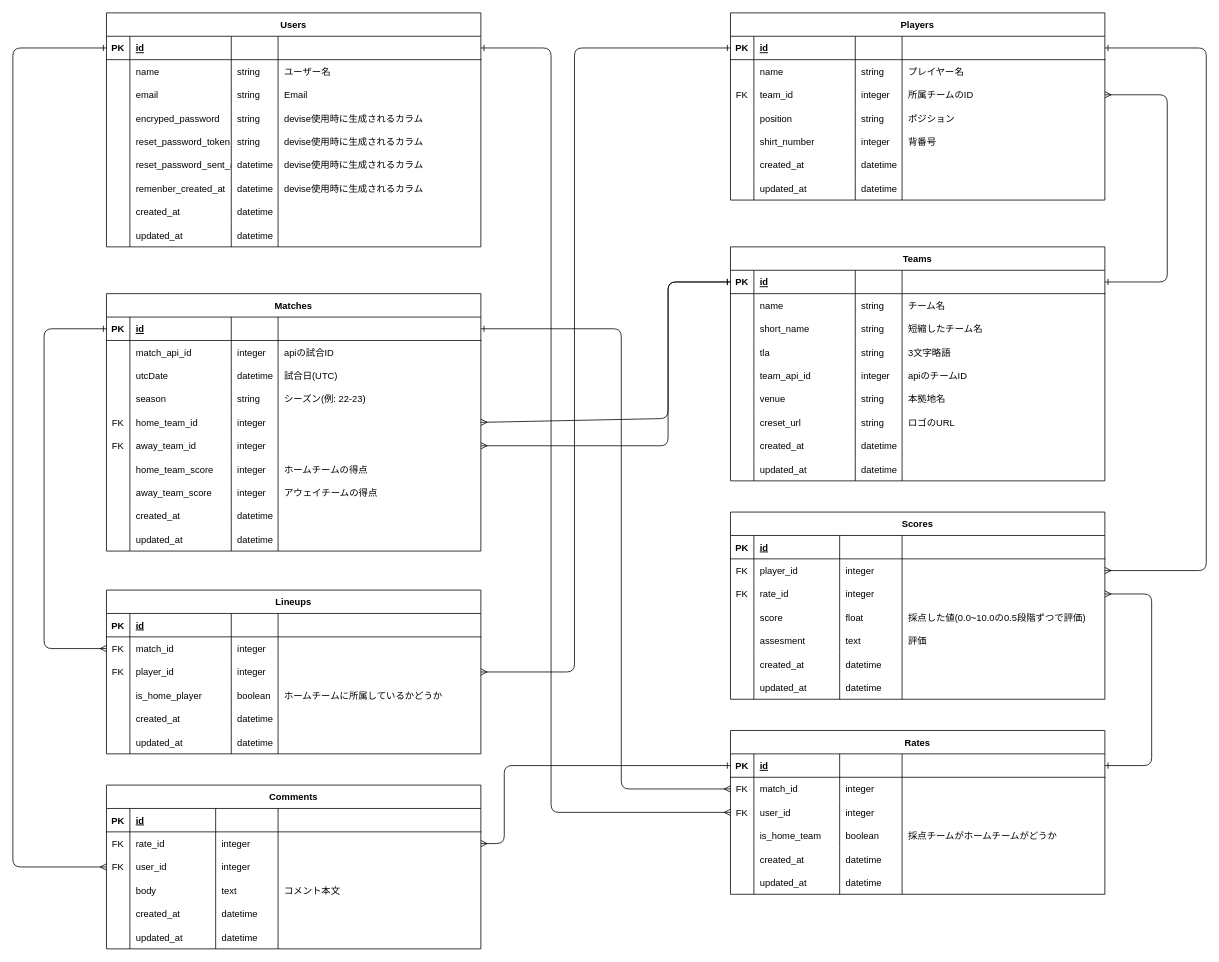
The draw.io diagram ER.dio in KmxNnCCZ/rate-footballer, before the edit. Source tidied: cells renumbered, new cells numbered last; positions are measured from the earlier drawing's top-left corner, leaving out a move shared by most shapes. Both pictures are drawn from the tidied source at 78%, with x=0, y=0 at pixel (12, 12).
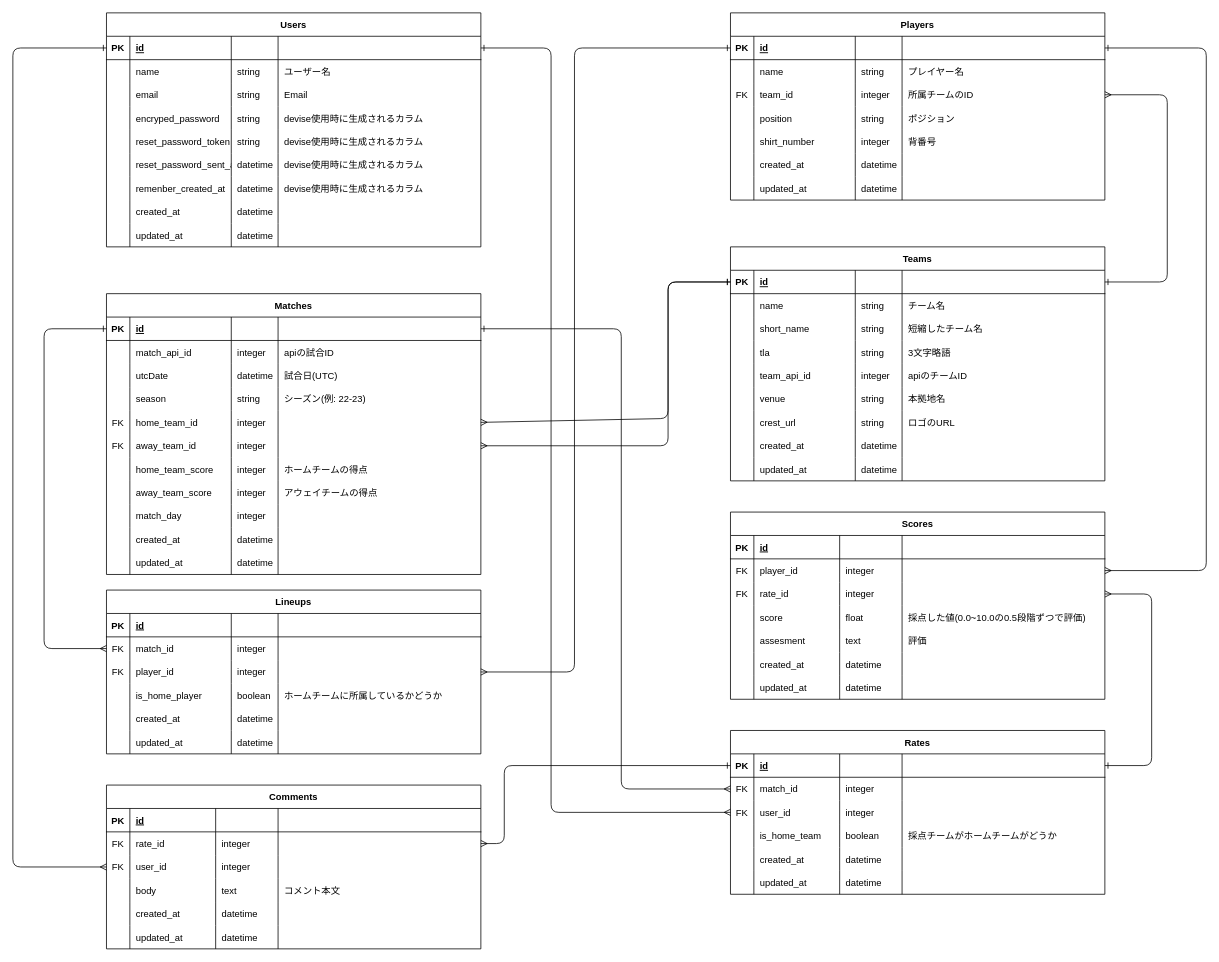
Above is the later version.

Commit message:
DBに初期データ保存

The change refers to these unchanged cells:
```xml
<mxCell id="173" style="shape=tableRow;horizontal=0;startSize=0;swimlaneHead=0;swimlaneBody=0;fillColor=none;top=0;left=0;right=0;bottom=0;" parent="142" vertex="1">
  <mxGeometry y="210" width="480" height="30" as="geometry" />
</mxCell>
<mxCell id="265" style="shape=tableRow;horizontal=0;startSize=0;swimlaneHead=0;swimlaneBody=0;fillColor=none;top=0;left=0;right=0;bottom=0;" parent="224" vertex="1">
  <mxGeometry y="270" width="480" height="30" as="geometry" />
</mxCell>
<mxCell id="270" style="shape=tableRow;horizontal=0;startSize=0;swimlaneHead=0;swimlaneBody=0;fillColor=none;top=0;left=0;right=0;bottom=0;" parent="224" vertex="1">
  <mxGeometry y="300" width="480" height="30" as="geometry" />
</mxCell>
```

Change to the diagram source:
```diff
@@
-    <mxCell id="175" value="creset_url" style="shape=partialRectangle;fillColor=none;top=0;left=0;bottom=0;right=0;align=left;spacingLeft=6;overflow=hidden;" parent="173" vertex="1">
+    <mxCell id="175" value="crest_url" style="shape=partialRectangle;fillColor=none;top=0;left=0;bottom=0;right=0;align=left;spacingLeft=6;overflow=hidden;" parent="173" vertex="1">
       <mxGeometry x="30" width="130" height="30" as="geometry" />
     </mxCell>
@@
     <mxCell id="224" value="Matches" style="shape=table;startSize=30;childLayout=tableLayout;rowLines=0;fontStyle=1;align=center;" parent="1" vertex="1">
-      <mxGeometry x="120" y="360" width="480" height="330" as="geometry" />
+      <mxGeometry x="120" y="360" width="480" height="360" as="geometry" />
     </mxCell>
@@
-    <mxCell id="267" value="created_at" style="shape=partialRectangle;fillColor=none;top=0;left=0;bottom=0;right=0;align=left;spacingLeft=6;overflow=hidden;" parent="265" vertex="1">
+    <mxCell id="267" value="match_day" style="shape=partialRectangle;fillColor=none;top=0;left=0;bottom=0;right=0;align=left;spacingLeft=6;overflow=hidden;" parent="265" vertex="1">
       <mxGeometry x="30" width="130" height="30" as="geometry" />
     </mxCell>
-    <mxCell id="268" value="datetime" style="shape=partialRectangle;fillColor=none;top=0;left=0;bottom=0;right=0;align=left;spacingLeft=6;overflow=hidden;" parent="265" vertex="1">
+    <mxCell id="268" value="integer" style="shape=partialRectangle;fillColor=none;top=0;left=0;bottom=0;right=0;align=left;spacingLeft=6;overflow=hidden;" parent="265" vertex="1">
       <mxGeometry x="160" width="60" height="30" as="geometry" />
     </mxCell>
@@
-    <mxCell id="272" value="updated_at" style="shape=partialRectangle;fillColor=none;top=0;left=0;bottom=0;right=0;align=left;spacingLeft=6;overflow=hidden;" parent="270" vertex="1">
+    <mxCell id="272" value="created_at" style="shape=partialRectangle;fillColor=none;top=0;left=0;bottom=0;right=0;align=left;spacingLeft=6;overflow=hidden;" parent="270" vertex="1">
       <mxGeometry x="30" width="130" height="30" as="geometry" />
     </mxCell>
@@
+    <mxCell id="321" style="shape=tableRow;horizontal=0;startSize=0;swimlaneHead=0;swimlaneBody=0;fillColor=none;top=0;left=0;right=0;bottom=0;" parent="224" vertex="1">
+      <mxGeometry y="330" width="480" height="30" as="geometry" />
+    </mxCell>
+    <mxCell id="322" style="shape=partialRectangle;fillColor=none;top=0;left=0;bottom=0;right=0;overflow=hidden;" parent="321" vertex="1">
+      <mxGeometry width="30" height="30" as="geometry" />
+    </mxCell>
+    <mxCell id="323" value="updated_at" style="shape=partialRectangle;fillColor=none;top=0;left=0;bottom=0;right=0;align=left;spacingLeft=6;overflow=hidden;" parent="321" vertex="1">
+      <mxGeometry x="30" width="130" height="30" as="geometry" />
+    </mxCell>
+    <mxCell id="324" value="datetime" style="shape=partialRectangle;fillColor=none;top=0;left=0;bottom=0;right=0;align=left;spacingLeft=6;overflow=hidden;" parent="321" vertex="1">
+      <mxGeometry x="160" width="60" height="30" as="geometry" />
+    </mxCell>
+    <mxCell id="325" style="shape=partialRectangle;fillColor=none;top=0;left=0;bottom=0;right=0;align=left;spacingLeft=6;overflow=hidden;" parent="321" vertex="1">
+      <mxGeometry x="220" width="260" height="30" as="geometry" />
+    </mxCell>
```
